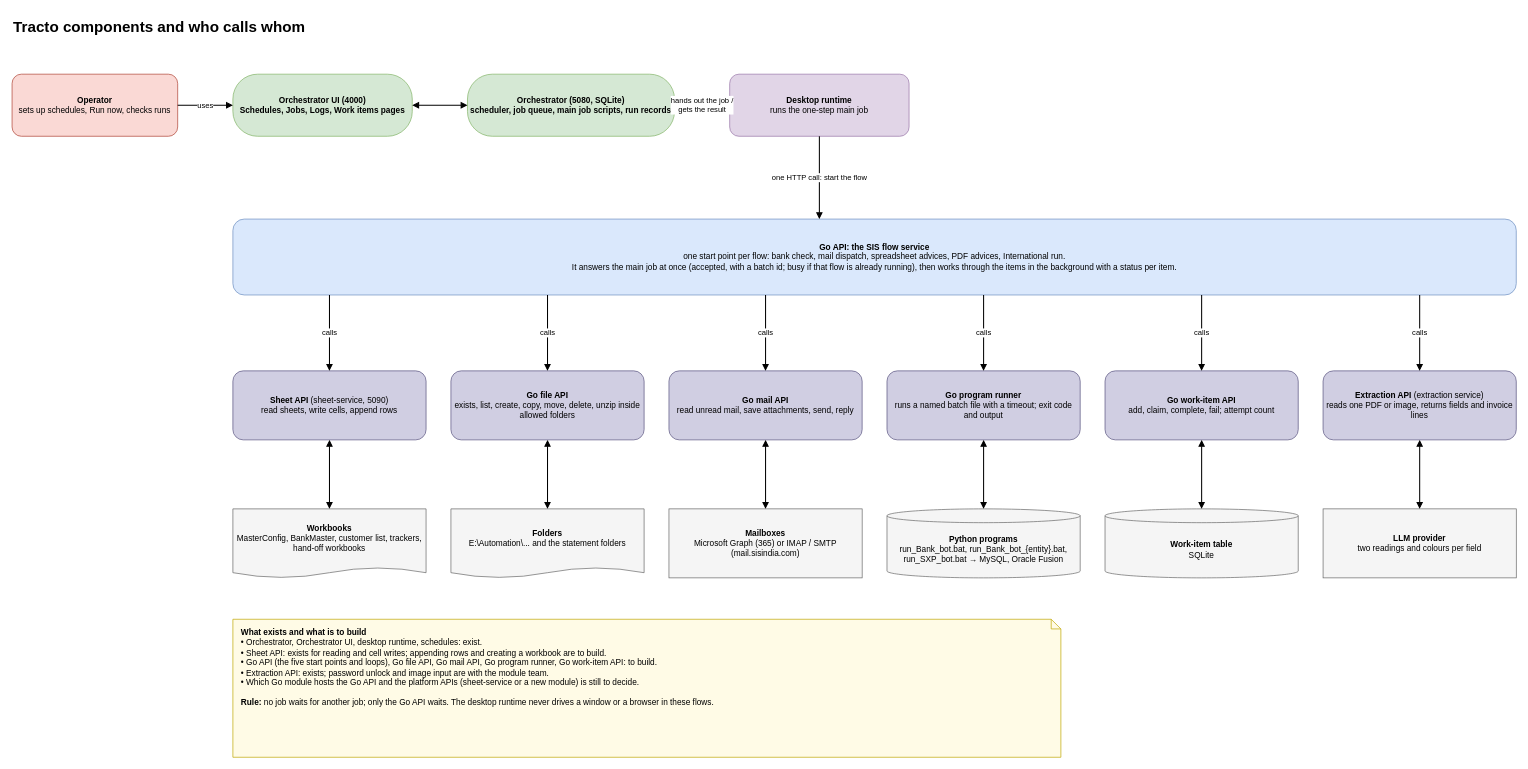
skthom2016/Slim_RPA keeps this draw.io diagram as page "2 Components and calls" (2 of 8) of tracto/docs/SIS/diagrams/sis-flows-on-tracto.drawio. Above is the earlier version. Source tidied: cells renumbered, new cells numbered last; positions are measured from the earlier drawing's top-left corner, leaving out a move shared by most shapes. Both pictures are drawn from the tidied source at 69%, with x=0, y=0 at pixel (12, 12).
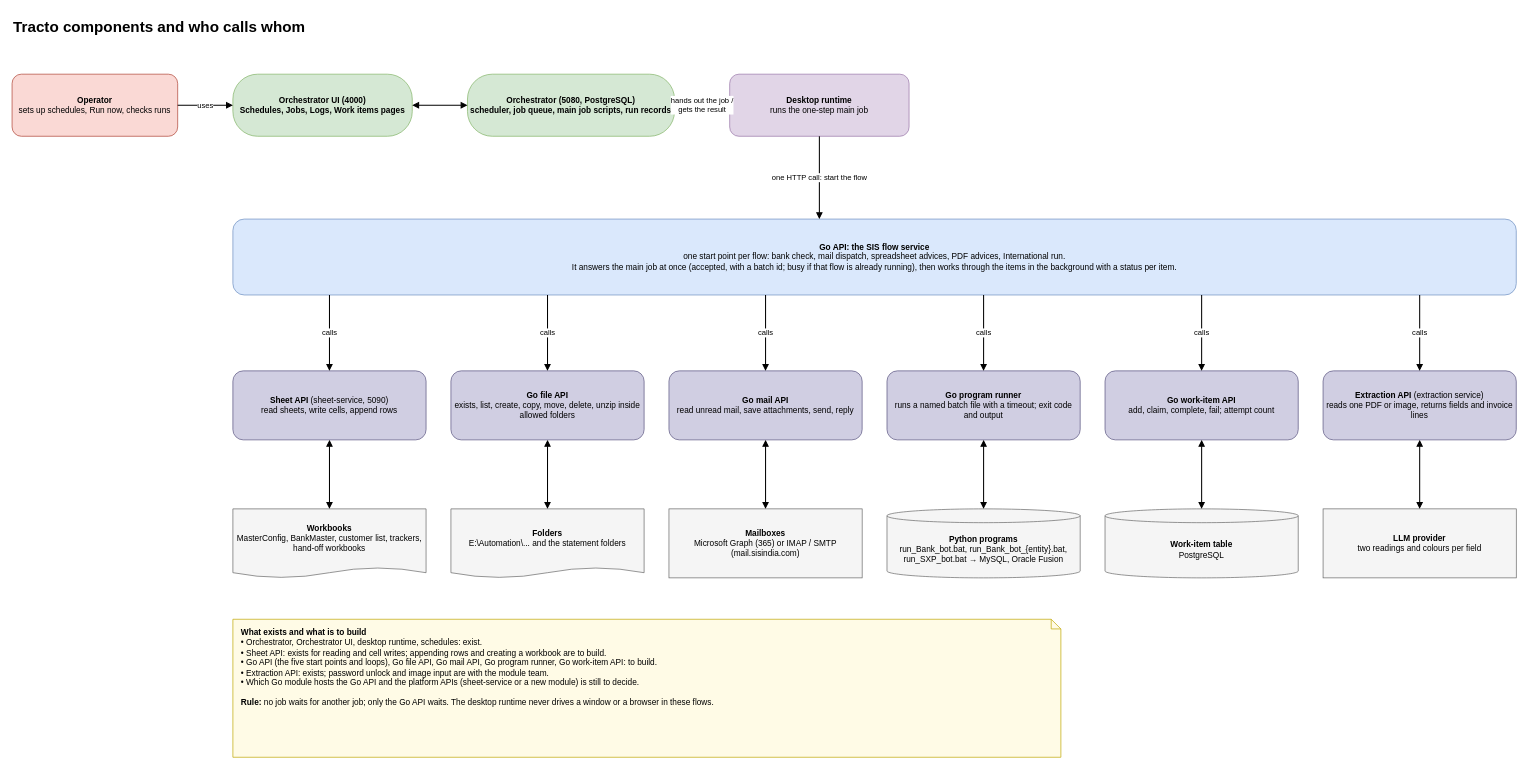
After the change.

The edit, as a diff of the source:
```diff
@@
-    <mxCell id="5" value="&lt;b&gt;Orchestrator&lt;/b&gt; (5080, SQLite)&lt;br&gt;scheduler, job queue, main job scripts, run records" style="rounded=1;arcSize=40;whiteSpace=wrap;html=1;fillColor=#d5e8d4;strokeColor=#82b366;fontStyle=1;" parent="1" vertex="1">
+    <mxCell id="5" value="&lt;b&gt;Orchestrator&lt;/b&gt; (5080, PostgreSQL)&lt;br&gt;scheduler, job queue, main job scripts, run records" style="rounded=1;arcSize=40;whiteSpace=wrap;html=1;fillColor=#d5e8d4;strokeColor=#82b366;fontStyle=1;" parent="1" vertex="1">
       <mxGeometry x="660" y="90" width="300" height="90" as="geometry" />
     </mxCell>
@@
-    <mxCell id="29" value="&lt;b&gt;Work-item table&lt;/b&gt;&lt;br&gt;SQLite" style="shape=cylinder3;whiteSpace=wrap;html=1;boundedLbl=1;backgroundOutline=1;size=10;fillColor=#f5f5f5;strokeColor=#666666;" parent="1" vertex="1">
+    <mxCell id="29" value="&lt;b&gt;Work-item table&lt;/b&gt;&lt;br&gt;PostgreSQL" style="shape=cylinder3;whiteSpace=wrap;html=1;boundedLbl=1;backgroundOutline=1;size=10;fillColor=#f5f5f5;strokeColor=#666666;" parent="1" vertex="1">
       <mxGeometry x="1584" y="720" width="280" height="100" as="geometry" />
     </mxCell>
```
